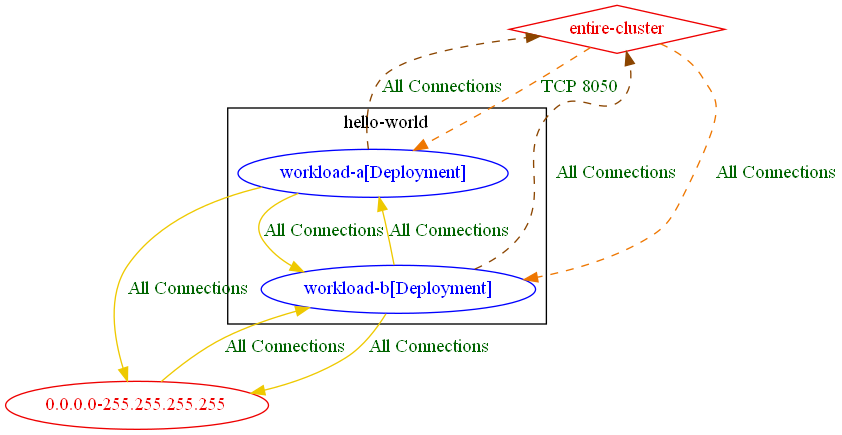
Before: test_outputs/connlist/exposure_matched_and_unmatched_rules_test_exposure_output.dot.png, a diagram exported from Graphviz (np-guard/netpol-analyzer). Its source is kept beside it as test_outputs/connlist/exposure_matched_and_unmatched_rules_test_exposure_output.dot. Its diagram source:
```dot
digraph {
	subgraph "cluster_hello_world" {
		color="black"
		fontcolor="black"
		"hello-world/workload-a[Deployment]" [label="workload-a[Deployment]" color="blue" fontcolor="blue"]
		"hello-world/workload-b[Deployment]" [label="workload-b[Deployment]" color="blue" fontcolor="blue"]
		label="hello-world"
	}
	"0.0.0.0-255.255.255.255" [label="0.0.0.0-255.255.255.255" color="red2" fontcolor="red2"]
	"entire-cluster" [label="entire-cluster" color="red2" fontcolor="red2" shape=diamond]
	"0.0.0.0-255.255.255.255" -> "hello-world/workload-b[Deployment]" [label="All Connections" color="gold2" fontcolor="darkgreen" weight=0.5]
	"entire-cluster" -> "hello-world/workload-a[Deployment]" [label="TCP 8050" color="darkorange2" fontcolor="darkgreen" weight=1 style=dashed]
	"entire-cluster" -> "hello-world/workload-b[Deployment]" [label="All Connections" color="darkorange2" fontcolor="darkgreen" weight=1 style=dashed]
	"hello-world/workload-a[Deployment]" -> "0.0.0.0-255.255.255.255" [label="All Connections" color="gold2" fontcolor="darkgreen" weight=1]
	"hello-world/workload-a[Deployment]" -> "entire-cluster" [label="All Connections" color="darkorange4" fontcolor="darkgreen" weight=0.5 style=dashed]
	"hello-world/workload-a[Deployment]" -> "hello-world/workload-b[Deployment]" [label="All Connections" color="gold2" fontcolor="darkgreen" weight=0.5]
	"hello-world/workload-b[Deployment]" -> "0.0.0.0-255.255.255.255" [label="All Connections" color="gold2" fontcolor="darkgreen" weight=1]
	"hello-world/workload-b[Deployment]" -> "entire-cluster" [label="All Connections" color="darkorange4" fontcolor="darkgreen" weight=0.5 style=dashed]
	"hello-world/workload-b[Deployment]" -> "hello-world/workload-a[Deployment]" [label="All Connections" color="gold2" fontcolor="darkgreen" weight=1]
}
```
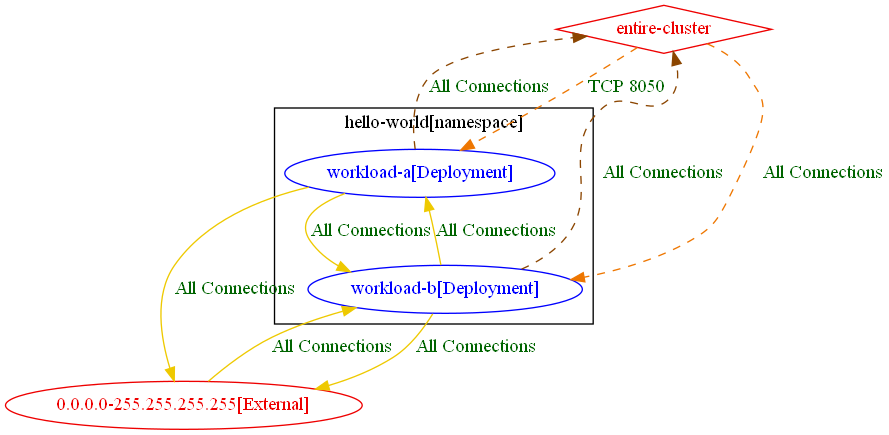
The same diagram one commit later.

Diff of the diagram source:
```diff
@@ -1,20 +1,20 @@
 digraph {
-	subgraph "cluster_hello_world" {
+	subgraph "cluster_hello_world[namespace]" {
 		color="black"
 		fontcolor="black"
 		"hello-world/workload-a[Deployment]" [label="workload-a[Deployment]" color="blue" fontcolor="blue"]
 		"hello-world/workload-b[Deployment]" [label="workload-b[Deployment]" color="blue" fontcolor="blue"]
-		label="hello-world"
+		label="hello-world[namespace]"
 	}
-	"0.0.0.0-255.255.255.255" [label="0.0.0.0-255.255.255.255" color="red2" fontcolor="red2"]
+	"0.0.0.0-255.255.255.255[External]" [label="0.0.0.0-255.255.255.255[External]" color="red2" fontcolor="red2"]
 	"entire-cluster" [label="entire-cluster" color="red2" fontcolor="red2" shape=diamond]
-	"0.0.0.0-255.255.255.255" -> "hello-world/workload-b[Deployment]" [label="All Connections" color="gold2" fontcolor="darkgreen" weight=0.5]
+	"0.0.0.0-255.255.255.255[External]" -> "hello-world/workload-b[Deployment]" [label="All Connections" color="gold2" fontcolor="darkgreen" weight=0.5]
 	"entire-cluster" -> "hello-world/workload-a[Deployment]" [label="TCP 8050" color="darkorange2" fontcolor="darkgreen" weight=1 style=dashed]
 	"entire-cluster" -> "hello-world/workload-b[Deployment]" [label="All Connections" color="darkorange2" fontcolor="darkgreen" weight=1 style=dashed]
-	"hello-world/workload-a[Deployment]" -> "0.0.0.0-255.255.255.255" [label="All Connections" color="gold2" fontcolor="darkgreen" weight=1]
+	"hello-world/workload-a[Deployment]" -> "0.0.0.0-255.255.255.255[External]" [label="All Connections" color="gold2" fontcolor="darkgreen" weight=1]
 	"hello-world/workload-a[Deployment]" -> "entire-cluster" [label="All Connections" color="darkorange4" fontcolor="darkgreen" weight=0.5 style=dashed]
 	"hello-world/workload-a[Deployment]" -> "hello-world/workload-b[Deployment]" [label="All Connections" color="gold2" fontcolor="darkgreen" weight=0.5]
-	"hello-world/workload-b[Deployment]" -> "0.0.0.0-255.255.255.255" [label="All Connections" color="gold2" fontcolor="darkgreen" weight=1]
+	"hello-world/workload-b[Deployment]" -> "0.0.0.0-255.255.255.255[External]" [label="All Connections" color="gold2" fontcolor="darkgreen" weight=1]
 	"hello-world/workload-b[Deployment]" -> "entire-cluster" [label="All Connections" color="darkorange4" fontcolor="darkgreen" weight=0.5 style=dashed]
 	"hello-world/workload-b[Deployment]" -> "hello-world/workload-a[Deployment]" [label="All Connections" color="gold2" fontcolor="darkgreen" weight=1]
 }
```
